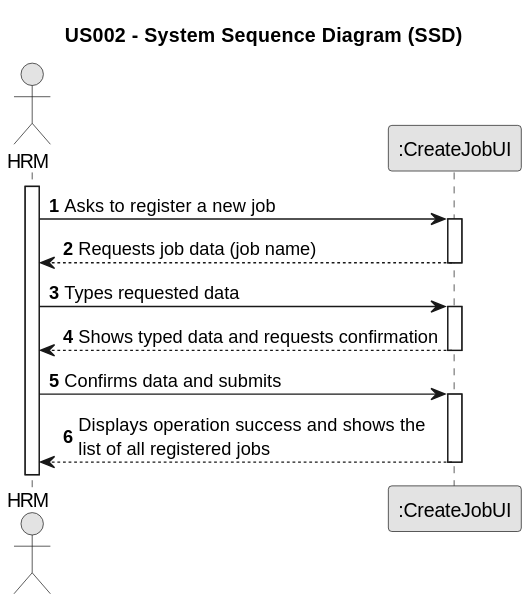
The PlantUML diagram docs/sprintB/us002/01.requirements-engineering/svg/us002-system-sequence-diagram.svg in Rui-San/LAPR2_2023_2024, before a commit.
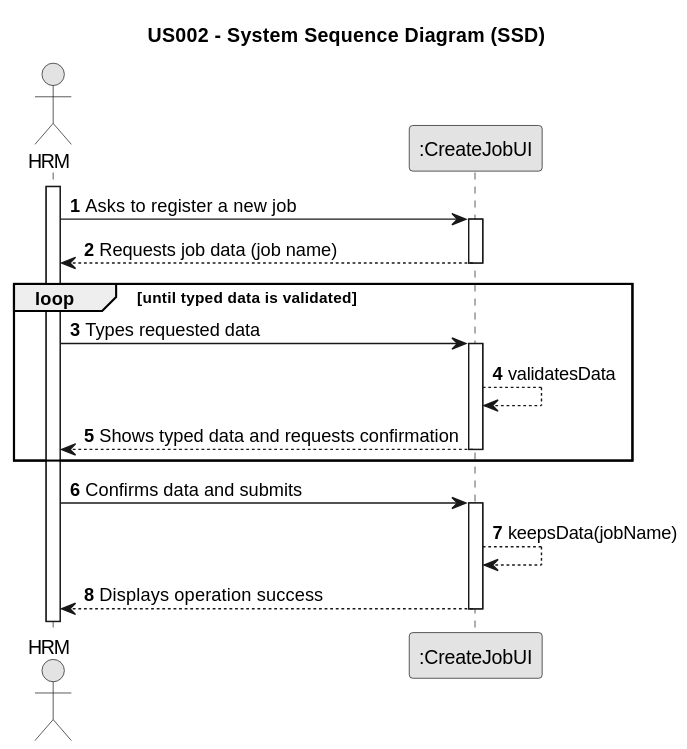
Later version of the same file.

Diff of the diagram source:
```diff
@@ -17,16 +17,16 @@
 
         System --> Employee : Requests job data (job name)
     deactivate System
-
+    loop until typed data is validated
     Employee -> System : Types requested data
     activate System
-
+        System --> System : validatesData
         System --> Employee : Shows typed data and requests confirmation
     deactivate System
-
+    end
     Employee -> System : Confirms data and submits
     activate System
-
-        System --> Employee : Displays operation success and shows the \nlist of all registered jobs
+        System --> System : keepsData(jobName)
+        System --> Employee : Displays operation success
     deactivate System
 @enduml
```
